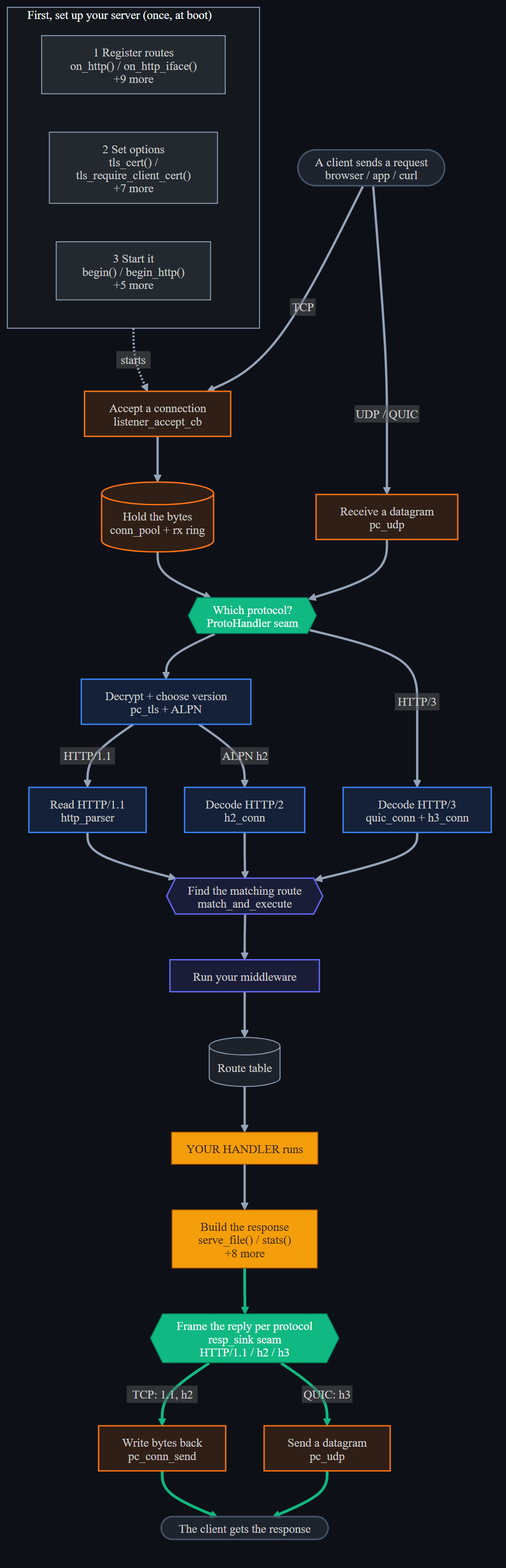
Before: docs/diagrams/api_flow.dark.png, a diagram exported from Mermaid (dstroy0/DeterministicESPAsyncWebServer). Its source is kept beside it as docs/diagrams/api_flow.mmd.
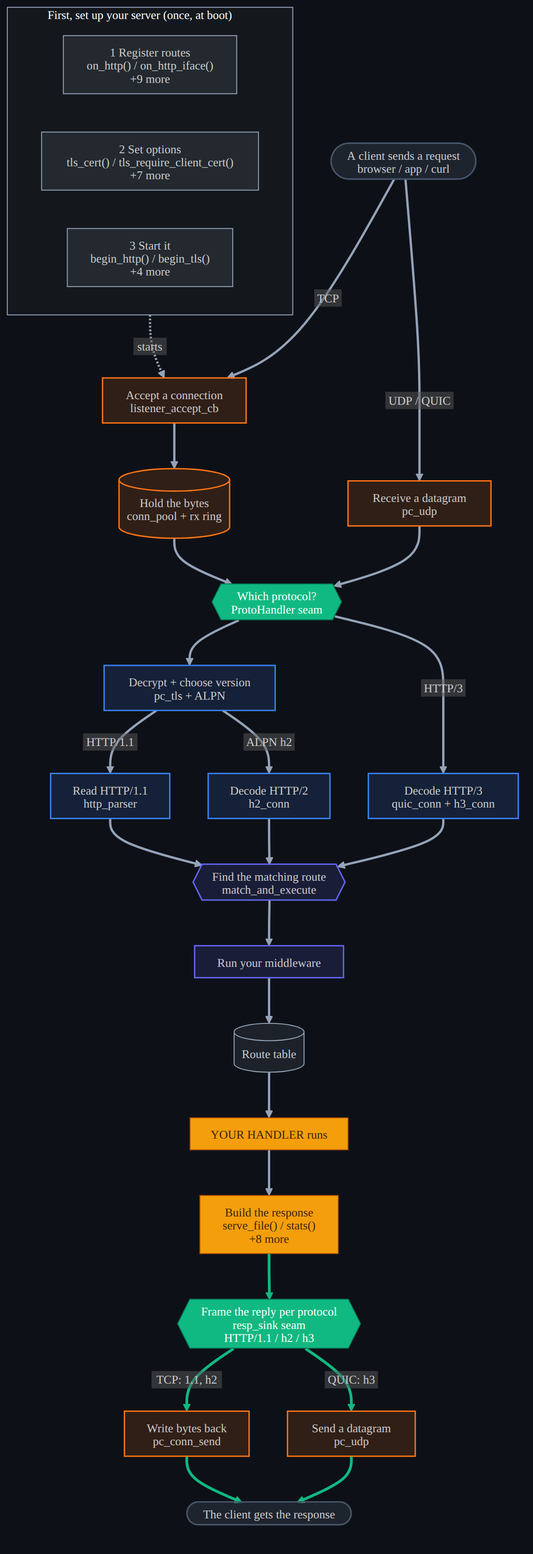
Later version of the same file.

The edit, as a diff of the source:
```diff
@@ -4,7 +4,7 @@
     direction LR
     reg["1 Register routes<br/>on_http() / on_http_iface()<br/>+9 more"]
     cfg["2 Set options<br/>tls_cert() / tls_require_client_cert()<br/>+7 more"]
-    run["3 Start it<br/>begin() / begin_http()<br/>+5 more"]
+    run["3 Start it<br/>begin_http() / begin_tls()<br/>+4 more"]
   end
 
   cin(["A client sends a request<br/>browser / app / curl"])
```
